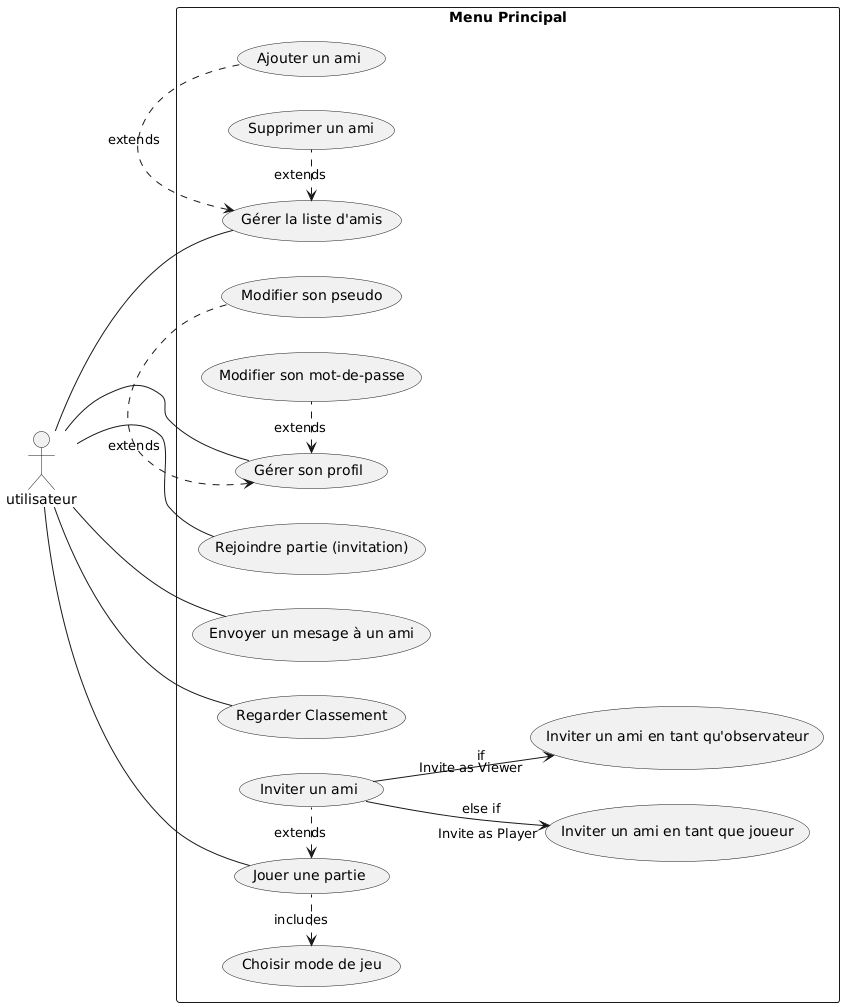
Above: SRD-DOC/uml/usescase/menu-principal/menu_principal.png in ulb-info2-group5/Royal-Blocks (PlantUML), before the change. The source it was exported from:
```plantuml
@startuml


left to right direction
actor "utilisateur" as user

rectangle "Menu Principal" as main_menu {
    usecase "Jouer une partie" as play_game
    usecase "Rejoindre partie (invitation)" as join_friend_game
    usecase "Inviter un ami" as invite_friend
    usecase "Choisir mode de jeu" as choose_gamemode

    usecase "Gérer son profil" as manage_profile
    usecase "Gérer la liste d'amis" as manage_friendlist
    usecase "Envoyer un mesage à un ami" as chat_with_friend
    usecase "Modifier son mot-de-passe" as change_password
    usecase "Modifier son pseudo" as change_nickname
    usecase "Ajouter un ami" as add_friend
    usecase "Supprimer un ami" as remove_friend
    usecase "Inviter un ami en tant que joueur" as invite_friend_as_player
    usecase "Inviter un ami en tant qu'observateur" as invite_friend_as_viewer

    usecase "Regarder Classement" as view_ranking

    (play_game) <. (invite_friend): extends
    (choose_gamemode) <. (play_game): includes
    (manage_friendlist) <. (add_friend): extends
    (manage_friendlist) <. (remove_friend): extends
    (manage_profile) <. (change_password): extends
    (manage_profile) <. (change_nickname): extends
}

invite_friend --> invite_friend_as_player : else if "Invite as Player"
invite_friend --> invite_friend_as_viewer : if "Invite as Viewer"

user -- play_game
user -- join_friend_game

user -- manage_profile
user -- manage_friendlist
user -- chat_with_friend

user -- view_ranking


@enduml
```
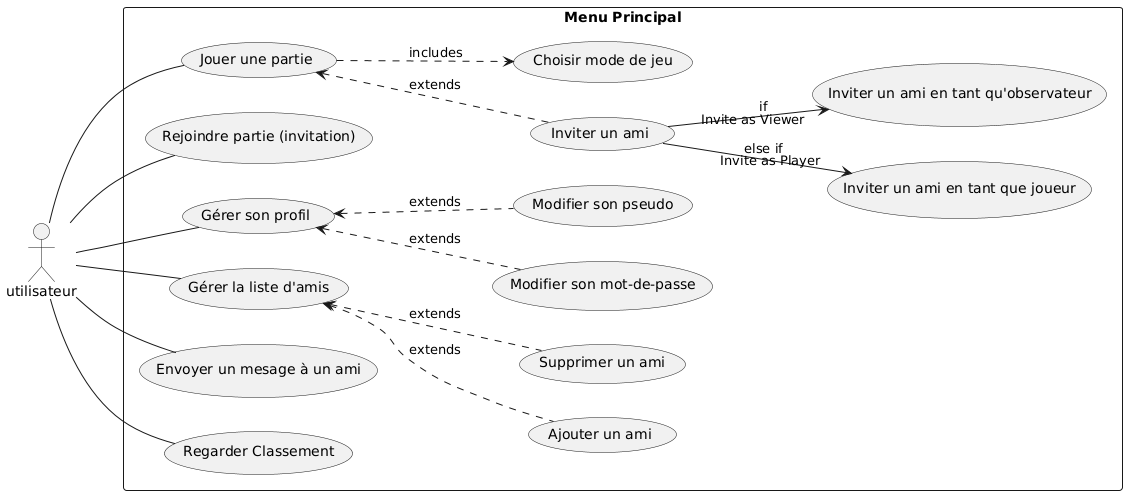
After the change.

Commit message:
fixing layout for usecase menu principal

Diff of the diagram source:
```diff
@@ -22,12 +22,12 @@
 
     usecase "Regarder Classement" as view_ranking
 
-    (play_game) <. (invite_friend): extends
-    (choose_gamemode) <. (play_game): includes
-    (manage_friendlist) <. (add_friend): extends
-    (manage_friendlist) <. (remove_friend): extends
-    (manage_profile) <. (change_password): extends
-    (manage_profile) <. (change_nickname): extends
+    (play_game) <-. (invite_friend): extends
+    (play_game) .-> (choose_gamemode): includes
+    (manage_friendlist) <-. (add_friend): extends
+    (manage_friendlist) <-. (remove_friend): extends
+    (manage_profile) <-. (change_password): extends
+    (manage_profile) <-. (change_nickname): extends
 }
 
 invite_friend --> invite_friend_as_player : else if "Invite as Player"
```
